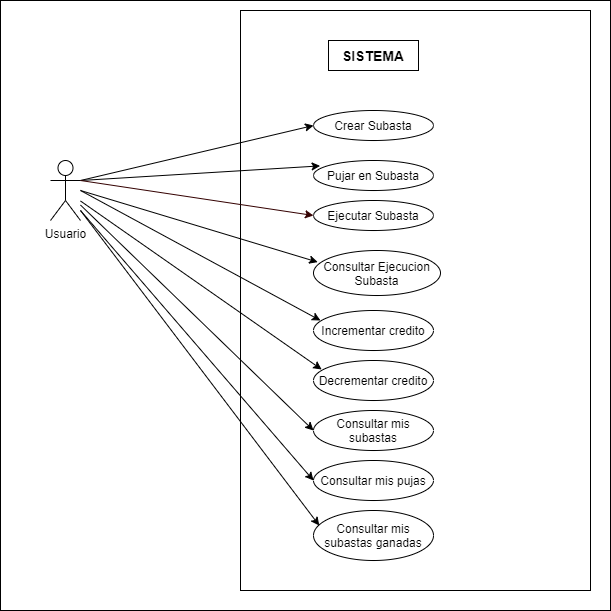
Earlier version of the draw.io export Diagramas de Casos de Uso y Clases/Diagrama de Casos de Uso.png (josegoval/I.E.6.2). Source tidied: cells renumbered, new cells last; positions are measured from the earlier drawing's top-left corner, leaving out a move shared by most shapes.
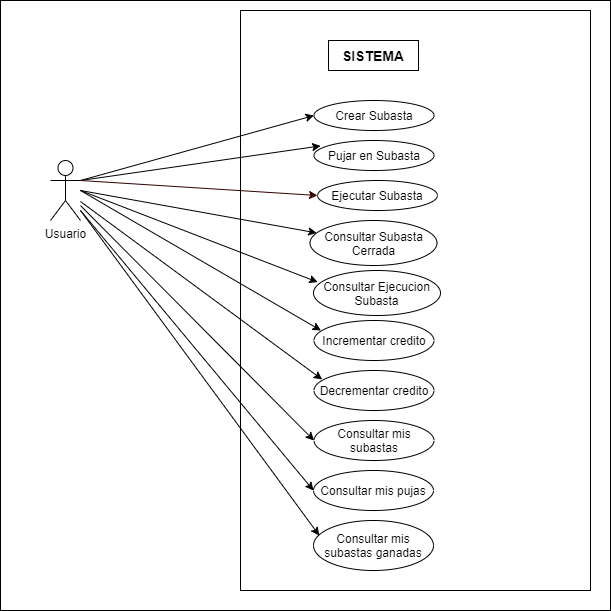
After the change.

Commit message:
Modificacion de los diagramas de clase y uso.

Se ha modificado los diagramas porque habia que añadir el metodo
subastaCerrada.

Files:
	modified:   Diagramas de Casos de Uso y Clases/Diagrama de Casos de Uso - Tablas.pdf
	modified:   Diagramas de Casos de Uso y Clases/Diagrama de Casos de Uso.png
	modified:   Diagramas de Casos de Uso y Clases/Diagrama de Clases.png

Diff of the diagram source:
```diff
@@ -40,6 +40,18 @@
         </Array>
       </mxGeometry>
     </mxCell>
+    <mxCell id="32" style="edgeStyle=orthogonalEdgeStyle;rounded=0;jettySize=auto;html=1;" parent="1" edge="1" source="14" target="30">
+      <mxGeometry relative="1" as="geometry" />
+    </mxCell>
+    <mxCell id="33" value="Consultar Ejecucion Subasta" style="ellipse;whiteSpace=wrap;html=1;" parent="1" vertex="1">
+      <mxGeometry x="320" y="290" width="127" height="45" as="geometry" />
+    </mxCell>
+    <mxCell id="34" value="Consultar Ejecucion Subasta" style="ellipse;whiteSpace=wrap;html=1;" parent="1" vertex="1">
+      <mxGeometry x="320" y="290" width="127" height="45" as="geometry" />
+    </mxCell>
+    <mxCell id="35" value="Consultar Ejecucion Subasta" style="ellipse;whiteSpace=wrap;html=1;" parent="1" vertex="1">
+      <mxGeometry x="320" y="290" width="127" height="45" as="geometry" />
+    </mxCell>
     <mxCell id="8" value="Untitled Layer" parent="0" />
     <mxCell id="9" style="rounded=0;whiteSpace=wrap;html=1;glass=0;fillColor=#ffffff;" parent="8" vertex="1">
       <mxGeometry x="240" y="10" width="350" height="580" as="geometry" />
@@ -52,28 +64,28 @@
       <mxGeometry x="328" y="40" width="90" height="30" as="geometry" />
     </mxCell>
     <mxCell id="13" value="Crear Subasta" style="ellipse;whiteSpace=wrap;html=1;" parent="10" vertex="1">
-      <mxGeometry x="313" y="110" width="120" height="30" as="geometry" />
+      <mxGeometry x="313.5" y="100" width="120" height="30" as="geometry" />
     </mxCell>
     <mxCell id="14" value="Pujar en Subasta" style="ellipse;whiteSpace=wrap;html=1;" parent="10" vertex="1">
-      <mxGeometry x="313" y="160" width="120" height="30" as="geometry" />
+      <mxGeometry x="313.5" y="140" width="120" height="30" as="geometry" />
     </mxCell>
     <mxCell id="15" value="Ejecutar Subasta" style="ellipse;whiteSpace=wrap;html=1;" parent="10" vertex="1">
-      <mxGeometry x="313" y="200" width="120" height="30" as="geometry" />
+      <mxGeometry x="317" y="180" width="120" height="30" as="geometry" />
     </mxCell>
     <mxCell id="16" value="Incrementar credito" style="ellipse;whiteSpace=wrap;html=1;" parent="10" vertex="1">
-      <mxGeometry x="313" y="310" width="120" height="40" as="geometry" />
+      <mxGeometry x="313.5" y="320" width="120" height="40" as="geometry" />
     </mxCell>
     <mxCell id="17" value="Decrementar credito" style="ellipse;whiteSpace=wrap;html=1;" parent="10" vertex="1">
-      <mxGeometry x="313" y="360" width="120" height="40" as="geometry" />
+      <mxGeometry x="313.5" y="370" width="120" height="40" as="geometry" />
     </mxCell>
     <mxCell id="18" value="Consultar mis subastas" style="ellipse;whiteSpace=wrap;html=1;" parent="10" vertex="1">
-      <mxGeometry x="313" y="410" width="120" height="40" as="geometry" />
+      <mxGeometry x="313.5" y="420" width="120" height="40" as="geometry" />
     </mxCell>
     <mxCell id="19" value="Consultar mis pujas" style="ellipse;whiteSpace=wrap;html=1;" parent="10" vertex="1">
-      <mxGeometry x="313" y="460" width="120" height="40" as="geometry" />
+      <mxGeometry x="313" y="470" width="120" height="40" as="geometry" />
     </mxCell>
     <mxCell id="20" value="Consultar mis subastas ganadas" style="ellipse;whiteSpace=wrap;html=1;" parent="10" vertex="1">
-      <mxGeometry x="313" y="510" width="120" height="50" as="geometry" />
+      <mxGeometry x="313" y="520" width="120" height="50" as="geometry" />
     </mxCell>
     <mxCell id="21" style="endArrow=classic;html=1;shadow=0;entryX=0;entryY=0.5;entryDx=0;entryDy=0;" parent="10" edge="1" target="13">
       <mxGeometry relative="1" as="geometry">
@@ -115,10 +127,18 @@
       </mxGeometry>
     </mxCell>
     <mxCell id="30" value="Consultar Ejecucion Subasta" style="ellipse;whiteSpace=wrap;html=1;" parent="10" vertex="1">
-      <mxGeometry x="313" y="250" width="127" height="45" as="geometry" />
+      <mxGeometry x="313" y="270" width="127" height="45" as="geometry" />
     </mxCell>
     <mxCell id="31" style="edgeStyle=orthogonalEdgeStyle;rounded=1;orthogonalLoop=1;jettySize=auto;html=1;exitX=0.5;exitY=1;exitDx=0;exitDy=0;dashed=1;" parent="10" edge="1" source="9" target="9">
       <mxGeometry relative="1" as="geometry" />
     </mxCell>
+    <mxCell id="36" value="Consultar Subasta Cerrada" style="ellipse;whiteSpace=wrap;html=1;" parent="10" vertex="1">
+      <mxGeometry x="309.5" y="220" width="127" height="45" as="geometry" />
+    </mxCell>
+    <mxCell id="37" style="endArrow=classic;html=1;shadow=0;" parent="10" edge="1" target="36">
+      <mxGeometry relative="1" as="geometry">
+        <mxPoint x="80" y="190" as="sourcePoint" />
+      </mxGeometry>
+    </mxCell>
   </root>
 </mxGraphModel>
```
